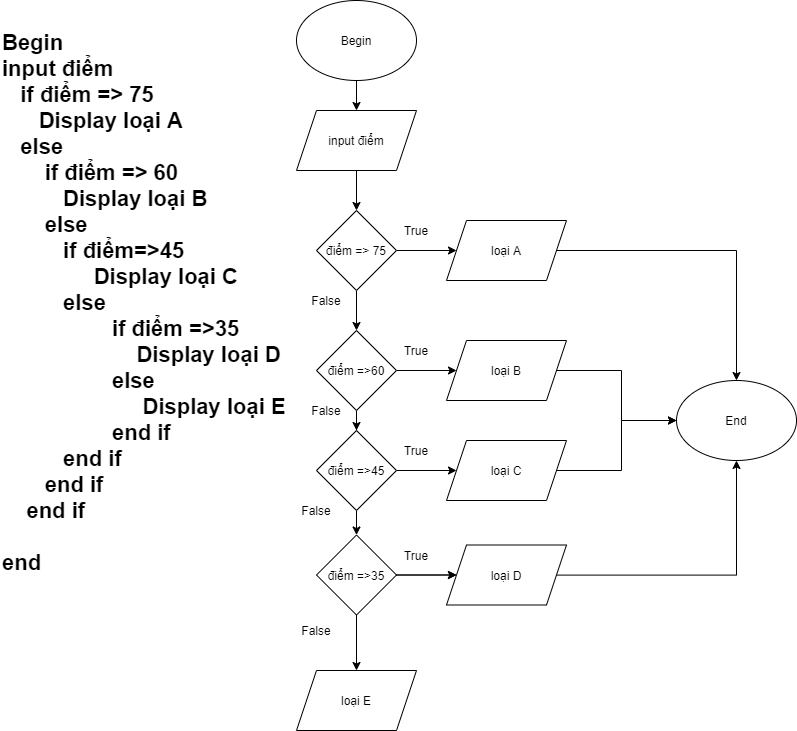
This is Module1/MoTaThuatToanBangPseudocodeFlowchart/Bai_tap/Mo_ta_thuat_toan_co_cau_truc_đieu_kien/Mo_ta_thuat_toan_co_cau_truc_đieu_kien.png from kenhuynh10990/C1020G1-HuynhNgocThinh, a draw.io export, as it was before one commit. Source tidied: cells renumbered, new cells last; positions are measured from the earlier drawing's top-left corner, leaving out a move shared by most shapes.
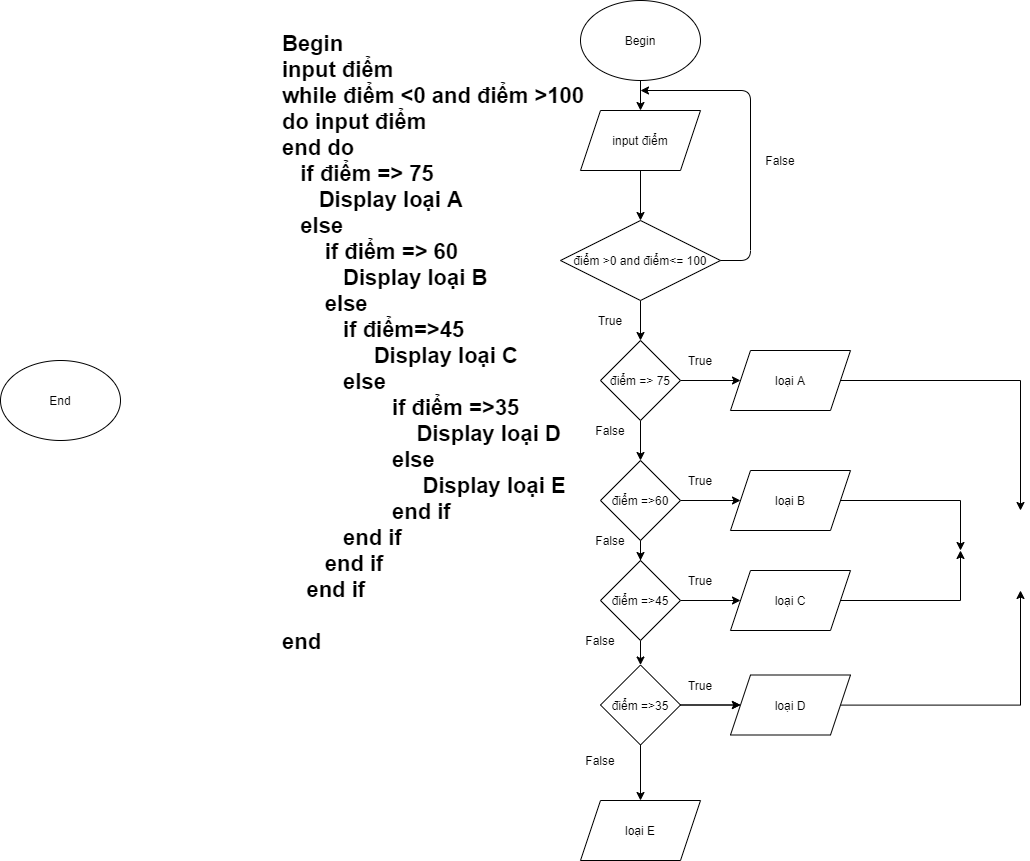
Later version of the same file.

Commit message:
Mo_ta_thuat_toan_co_cau_truc_đieu_kien

What changed in the source:
```diff
@@ -6,16 +6,16 @@
       <mxGeometry relative="1" as="geometry" />
     </mxCell>
     <mxCell id="3" value="Begin" style="ellipse;whiteSpace=wrap;html=1;" parent="1" vertex="1">
-      <mxGeometry x="296" width="120" height="80" as="geometry" />
+      <mxGeometry x="296" y="-130" width="120" height="80" as="geometry" />
     </mxCell>
-    <mxCell id="4" style="edgeStyle=orthogonalEdgeStyle;rounded=0;jettySize=auto;html=1;" parent="1" edge="1" source="5" target="9">
-      <mxGeometry relative="1" as="geometry" />
-    </mxCell>
+    <mxCell id="38" style="edgeStyle=orthogonalEdgeStyle;rounded=0;jettySize=auto;html=1;" parent="1" edge="1" source="5" target="40">
+      <mxGeometry relative="1" as="geometry" />
+    </mxCell>
     <mxCell id="5" value="input điểm" style="shape=parallelogram;perimeter=parallelogramPerimeter;whiteSpace=wrap;html=1;fixedSize=1;" parent="1" vertex="1">
-      <mxGeometry x="296" y="110" width="120" height="60" as="geometry" />
+      <mxGeometry x="296" y="-20" width="120" height="60" as="geometry" />
     </mxCell>
-    <mxCell id="6" value="&lt;div style=&quot;font-size: 22px&quot;&gt;&lt;div style=&quot;font-size: 22px&quot;&gt;Begin&lt;/div&gt;&lt;div style=&quot;font-size: 22px&quot;&gt;input điểm&lt;/div&gt;&lt;div style=&quot;font-size: 22px&quot;&gt;&lt;span&gt;&amp;nbsp; &amp;nbsp;if điểm =&amp;gt; 75&lt;/span&gt;&lt;/div&gt;&lt;div style=&quot;font-size: 22px&quot;&gt;&lt;span&gt;&amp;nbsp; &amp;nbsp; &amp;nbsp; Display loại A&lt;/span&gt;&lt;br&gt;&lt;/div&gt;&lt;div style=&quot;font-size: 22px&quot;&gt;&lt;span&gt;&amp;nbsp; &amp;nbsp;else&lt;/span&gt;&lt;/div&gt;&lt;div style=&quot;font-size: 22px&quot;&gt;&lt;span&gt;&amp;nbsp; &amp;nbsp; &amp;nbsp; &amp;nbsp;if điểm =&amp;gt; 60&lt;/span&gt;&lt;/div&gt;&lt;div style=&quot;font-size: 22px&quot;&gt;&lt;span&gt;&amp;nbsp; &amp;nbsp; &amp;nbsp; &amp;nbsp; &amp;nbsp; Display loại B&lt;/span&gt;&lt;/div&gt;&lt;div style=&quot;font-size: 22px&quot;&gt;&lt;span&gt;&amp;nbsp; &amp;nbsp; &amp;nbsp; &amp;nbsp;else&amp;nbsp;&lt;/span&gt;&lt;/div&gt;&lt;div style=&quot;font-size: 22px&quot;&gt;&lt;span&gt;&amp;nbsp; &amp;nbsp; &amp;nbsp; &amp;nbsp; &amp;nbsp; if điểm=&amp;gt;45&lt;/span&gt;&lt;/div&gt;&lt;div style=&quot;font-size: 22px&quot;&gt;&lt;span&gt;&amp;nbsp; &amp;nbsp; &amp;nbsp; &amp;nbsp; &amp;nbsp; &amp;nbsp; &amp;nbsp; &amp;nbsp;Display loại C&lt;/span&gt;&lt;/div&gt;&lt;div style=&quot;font-size: 22px&quot;&gt;&lt;span&gt;&amp;nbsp; &amp;nbsp; &amp;nbsp; &amp;nbsp; &amp;nbsp; else&lt;/span&gt;&lt;/div&gt;&lt;div style=&quot;font-size: 22px&quot;&gt;&lt;span&gt;&amp;nbsp; &amp;nbsp; &amp;nbsp; &amp;nbsp; &amp;nbsp; &amp;nbsp; &amp;nbsp; &amp;nbsp; &amp;nbsp; if điểm =&amp;gt;35&lt;/span&gt;&lt;/div&gt;&lt;div style=&quot;font-size: 22px&quot;&gt;&lt;span&gt;&amp;nbsp; &amp;nbsp; &amp;nbsp; &amp;nbsp; &amp;nbsp; &amp;nbsp; &amp;nbsp; &amp;nbsp; &amp;nbsp; &amp;nbsp; &amp;nbsp; Display loại D&lt;/span&gt;&lt;/div&gt;&lt;div style=&quot;font-size: 22px&quot;&gt;&lt;span&gt;&amp;nbsp; &amp;nbsp; &amp;nbsp; &amp;nbsp; &amp;nbsp; &amp;nbsp; &amp;nbsp; &amp;nbsp; &amp;nbsp; else&lt;/span&gt;&lt;/div&gt;&lt;div style=&quot;font-size: 22px&quot;&gt;&lt;span&gt;&amp;nbsp; &amp;nbsp; &amp;nbsp; &amp;nbsp; &amp;nbsp; &amp;nbsp; &amp;nbsp; &amp;nbsp; &amp;nbsp; &amp;nbsp; &amp;nbsp; &amp;nbsp;Display loại E&lt;/span&gt;&lt;/div&gt;&lt;div style=&quot;font-size: 22px&quot;&gt;&lt;span&gt;&amp;nbsp; &amp;nbsp; &amp;nbsp; &amp;nbsp; &amp;nbsp; &amp;nbsp; &amp;nbsp; &amp;nbsp; &amp;nbsp; end if&lt;/span&gt;&lt;/div&gt;&lt;div style=&quot;font-size: 22px&quot;&gt;&lt;span&gt;&amp;nbsp; &amp;nbsp; &amp;nbsp; &amp;nbsp; &amp;nbsp; end if&lt;/span&gt;&lt;/div&gt;&lt;div style=&quot;font-size: 22px&quot;&gt;&lt;span&gt;&amp;nbsp; &amp;nbsp; &amp;nbsp; &amp;nbsp;end if&lt;/span&gt;&lt;/div&gt;&lt;div style=&quot;font-size: 22px&quot;&gt;&lt;span&gt;&amp;nbsp; &amp;nbsp; end if&lt;/span&gt;&lt;/div&gt;&lt;div style=&quot;font-size: 22px&quot;&gt;&lt;span&gt;&amp;nbsp; &amp;nbsp;&lt;/span&gt;&lt;/div&gt;&lt;div style=&quot;font-size: 22px&quot;&gt;&lt;span&gt;end&lt;/span&gt;&lt;br&gt;&lt;/div&gt;&lt;div style=&quot;font-size: 22px&quot;&gt;&lt;br&gt;&lt;/div&gt;&lt;/div&gt;" style="text;html=1;strokeColor=none;fillColor=none;align=left;verticalAlign=middle;whiteSpace=wrap;rounded=0;fontStyle=1;fontSize=22;" parent="1" vertex="1">
-      <mxGeometry y="40" width="326" height="550" as="geometry" />
+    <mxCell id="6" value="&lt;div style=&quot;font-size: 22px&quot;&gt;&lt;div style=&quot;font-size: 22px&quot;&gt;Begin&lt;/div&gt;&lt;div style=&quot;font-size: 22px&quot;&gt;input điểm&lt;/div&gt;&lt;div style=&quot;font-size: 22px&quot;&gt;while điểm &amp;lt;0 and điểm &amp;gt;100&lt;/div&gt;&lt;div style=&quot;font-size: 22px&quot;&gt;do input điểm&lt;/div&gt;&lt;div style=&quot;font-size: 22px&quot;&gt;end do&lt;/div&gt;&lt;div style=&quot;font-size: 22px&quot;&gt;&lt;span&gt;&amp;nbsp; &amp;nbsp;if điểm =&amp;gt; 75&lt;/span&gt;&lt;/div&gt;&lt;div style=&quot;font-size: 22px&quot;&gt;&lt;span&gt;&amp;nbsp; &amp;nbsp; &amp;nbsp; Display loại A&lt;/span&gt;&lt;br&gt;&lt;/div&gt;&lt;div style=&quot;font-size: 22px&quot;&gt;&lt;span&gt;&amp;nbsp; &amp;nbsp;else&lt;/span&gt;&lt;/div&gt;&lt;div style=&quot;font-size: 22px&quot;&gt;&lt;span&gt;&amp;nbsp; &amp;nbsp; &amp;nbsp; &amp;nbsp;if điểm =&amp;gt; 60&lt;/span&gt;&lt;/div&gt;&lt;div style=&quot;font-size: 22px&quot;&gt;&lt;span&gt;&amp;nbsp; &amp;nbsp; &amp;nbsp; &amp;nbsp; &amp;nbsp; Display loại B&lt;/span&gt;&lt;/div&gt;&lt;div style=&quot;font-size: 22px&quot;&gt;&lt;span&gt;&amp;nbsp; &amp;nbsp; &amp;nbsp; &amp;nbsp;else&amp;nbsp;&lt;/span&gt;&lt;/div&gt;&lt;div style=&quot;font-size: 22px&quot;&gt;&lt;span&gt;&amp;nbsp; &amp;nbsp; &amp;nbsp; &amp;nbsp; &amp;nbsp; if điểm=&amp;gt;45&lt;/span&gt;&lt;/div&gt;&lt;div style=&quot;font-size: 22px&quot;&gt;&lt;span&gt;&amp;nbsp; &amp;nbsp; &amp;nbsp; &amp;nbsp; &amp;nbsp; &amp;nbsp; &amp;nbsp; &amp;nbsp;Display loại C&lt;/span&gt;&lt;/div&gt;&lt;div style=&quot;font-size: 22px&quot;&gt;&lt;span&gt;&amp;nbsp; &amp;nbsp; &amp;nbsp; &amp;nbsp; &amp;nbsp; else&lt;/span&gt;&lt;/div&gt;&lt;div style=&quot;font-size: 22px&quot;&gt;&lt;span&gt;&amp;nbsp; &amp;nbsp; &amp;nbsp; &amp;nbsp; &amp;nbsp; &amp;nbsp; &amp;nbsp; &amp;nbsp; &amp;nbsp; if điểm =&amp;gt;35&lt;/span&gt;&lt;/div&gt;&lt;div style=&quot;font-size: 22px&quot;&gt;&lt;span&gt;&amp;nbsp; &amp;nbsp; &amp;nbsp; &amp;nbsp; &amp;nbsp; &amp;nbsp; &amp;nbsp; &amp;nbsp; &amp;nbsp; &amp;nbsp; &amp;nbsp; Display loại D&lt;/span&gt;&lt;/div&gt;&lt;div style=&quot;font-size: 22px&quot;&gt;&lt;span&gt;&amp;nbsp; &amp;nbsp; &amp;nbsp; &amp;nbsp; &amp;nbsp; &amp;nbsp; &amp;nbsp; &amp;nbsp; &amp;nbsp; else&lt;/span&gt;&lt;/div&gt;&lt;div style=&quot;font-size: 22px&quot;&gt;&lt;span&gt;&amp;nbsp; &amp;nbsp; &amp;nbsp; &amp;nbsp; &amp;nbsp; &amp;nbsp; &amp;nbsp; &amp;nbsp; &amp;nbsp; &amp;nbsp; &amp;nbsp; &amp;nbsp;Display loại E&lt;/span&gt;&lt;/div&gt;&lt;div style=&quot;font-size: 22px&quot;&gt;&lt;span&gt;&amp;nbsp; &amp;nbsp; &amp;nbsp; &amp;nbsp; &amp;nbsp; &amp;nbsp; &amp;nbsp; &amp;nbsp; &amp;nbsp; end if&lt;/span&gt;&lt;/div&gt;&lt;div style=&quot;font-size: 22px&quot;&gt;&lt;span&gt;&amp;nbsp; &amp;nbsp; &amp;nbsp; &amp;nbsp; &amp;nbsp; end if&lt;/span&gt;&lt;/div&gt;&lt;div style=&quot;font-size: 22px&quot;&gt;&lt;span&gt;&amp;nbsp; &amp;nbsp; &amp;nbsp; &amp;nbsp;end if&lt;/span&gt;&lt;/div&gt;&lt;div style=&quot;font-size: 22px&quot;&gt;&lt;span&gt;&amp;nbsp; &amp;nbsp; end if&lt;/span&gt;&lt;/div&gt;&lt;div style=&quot;font-size: 22px&quot;&gt;&lt;span&gt;&amp;nbsp; &amp;nbsp;&lt;/span&gt;&lt;/div&gt;&lt;div style=&quot;font-size: 22px&quot;&gt;&lt;span&gt;end&lt;/span&gt;&lt;br&gt;&lt;/div&gt;&lt;div style=&quot;font-size: 22px&quot;&gt;&lt;br&gt;&lt;/div&gt;&lt;/div&gt;" style="text;html=1;strokeColor=none;fillColor=none;align=left;verticalAlign=middle;whiteSpace=wrap;rounded=0;fontStyle=1;fontSize=22;" parent="1" vertex="1">
+      <mxGeometry x="-4" y="-50" width="326" height="550" as="geometry" />
     </mxCell>
     <mxCell id="7" style="edgeStyle=orthogonalEdgeStyle;rounded=0;jettySize=auto;html=1;" parent="1" edge="1" source="9" target="11">
       <mxGeometry relative="1" as="geometry" />
@@ -26,8 +26,10 @@
     <mxCell id="9" value="điểm =&amp;gt; 75" style="rhombus;whiteSpace=wrap;html=1;" parent="1" vertex="1">
       <mxGeometry x="316" y="210" width="80" height="80" as="geometry" />
     </mxCell>
-    <mxCell id="10" style="edgeStyle=orthogonalEdgeStyle;rounded=0;jettySize=auto;html=1;" parent="1" edge="1" source="11" target="37">
-      <mxGeometry relative="1" as="geometry" />
+    <mxCell id="10" style="edgeStyle=orthogonalEdgeStyle;rounded=0;jettySize=auto;html=1;" parent="1" edge="1" source="11">
+      <mxGeometry relative="1" as="geometry">
+        <mxPoint x="736" y="380" as="targetPoint" />
+      </mxGeometry>
     </mxCell>
     <mxCell id="11" value="loại A" style="shape=parallelogram;perimeter=parallelogramPerimeter;whiteSpace=wrap;html=1;fixedSize=1;" parent="1" vertex="1">
       <mxGeometry x="446" y="220" width="120" height="60" as="geometry" />
@@ -41,8 +43,10 @@
     <mxCell id="14" value="điểm =&amp;gt;60" style="rhombus;whiteSpace=wrap;html=1;" parent="1" vertex="1">
       <mxGeometry x="316" y="330" width="80" height="80" as="geometry" />
     </mxCell>
-    <mxCell id="15" style="edgeStyle=orthogonalEdgeStyle;rounded=0;jettySize=auto;html=1;" parent="1" edge="1" source="16" target="37">
-      <mxGeometry relative="1" as="geometry" />
+    <mxCell id="15" style="edgeStyle=orthogonalEdgeStyle;rounded=0;jettySize=auto;html=1;" parent="1" edge="1" source="16">
+      <mxGeometry relative="1" as="geometry">
+        <mxPoint x="676" y="420" as="targetPoint" />
+      </mxGeometry>
     </mxCell>
     <mxCell id="16" value="loại B" style="shape=parallelogram;perimeter=parallelogramPerimeter;whiteSpace=wrap;html=1;fixedSize=1;" parent="1" vertex="1">
       <mxGeometry x="446" y="340" width="120" height="60" as="geometry" />
@@ -56,8 +60,10 @@
     <mxCell id="19" value="điểm =&amp;gt;45" style="rhombus;whiteSpace=wrap;html=1;" parent="1" vertex="1">
       <mxGeometry x="316" y="430" width="80" height="80" as="geometry" />
     </mxCell>
-    <mxCell id="20" style="edgeStyle=orthogonalEdgeStyle;rounded=0;jettySize=auto;html=1;" parent="1" edge="1" source="21" target="37">
-      <mxGeometry relative="1" as="geometry" />
+    <mxCell id="20" style="edgeStyle=orthogonalEdgeStyle;rounded=0;jettySize=auto;html=1;" parent="1" edge="1" source="21">
+      <mxGeometry relative="1" as="geometry">
+        <mxPoint x="676" y="420" as="targetPoint" />
+      </mxGeometry>
     </mxCell>
     <mxCell id="21" value="loại C" style="shape=parallelogram;perimeter=parallelogramPerimeter;whiteSpace=wrap;html=1;fixedSize=1;" parent="1" vertex="1">
       <mxGeometry x="446" y="440" width="120" height="60" as="geometry" />
@@ -74,8 +80,10 @@
     <mxCell id="25" value="loại E" style="shape=parallelogram;perimeter=parallelogramPerimeter;whiteSpace=wrap;html=1;fixedSize=1;" parent="1" vertex="1">
       <mxGeometry x="296" y="670" width="120" height="60" as="geometry" />
     </mxCell>
-    <mxCell id="26" style="edgeStyle=orthogonalEdgeStyle;rounded=0;jettySize=auto;html=1;" parent="1" edge="1" source="27" target="37">
-      <mxGeometry relative="1" as="geometry" />
+    <mxCell id="26" style="edgeStyle=orthogonalEdgeStyle;rounded=0;jettySize=auto;html=1;" parent="1" edge="1" source="27">
+      <mxGeometry relative="1" as="geometry">
+        <mxPoint x="736" y="460" as="targetPoint" />
+      </mxGeometry>
     </mxCell>
     <mxCell id="27" value="loại D" style="shape=parallelogram;perimeter=parallelogramPerimeter;whiteSpace=wrap;html=1;fixedSize=1;" parent="1" vertex="1">
       <mxGeometry x="446" y="544.5" width="120" height="60" as="geometry" />
@@ -108,7 +116,28 @@
       <mxGeometry x="396" y="544.5" width="40" height="20" as="geometry" />
     </mxCell>
     <mxCell id="37" value="End" style="ellipse;whiteSpace=wrap;html=1;" parent="1" vertex="1">
-      <mxGeometry x="676" y="380" width="120" height="80" as="geometry" />
+      <mxGeometry x="-284" y="230" width="120" height="80" as="geometry" />
     </mxCell>
+    <mxCell id="39" style="edgeStyle=orthogonalEdgeStyle;rounded=0;jettySize=auto;html=1;entryX=0.5;entryY=0;entryDx=0;entryDy=0;" parent="1" edge="1" source="40" target="9">
+      <mxGeometry relative="1" as="geometry" />
+    </mxCell>
+    <mxCell id="40" value="điểm &amp;gt;0 and điểm&amp;lt;= 100" style="rhombus;whiteSpace=wrap;html=1;" parent="1" vertex="1">
+      <mxGeometry x="276" y="90" width="160" height="80" as="geometry" />
+    </mxCell>
+    <mxCell id="41" value="True" style="text;html=1;strokeColor=none;fillColor=none;align=center;verticalAlign=middle;whiteSpace=wrap;rounded=0;" parent="1" vertex="1">
+      <mxGeometry x="306" y="180" width="40" height="20" as="geometry" />
+    </mxCell>
+    <mxCell id="42" style="endArrow=classic;html=1;exitX=1;exitY=0.5;exitDx=0;exitDy=0;" parent="1" edge="1" source="40">
+      <mxGeometry relative="1" as="geometry">
+        <mxPoint x="356" y="-40" as="targetPoint" />
+        <Array as="points">
+          <mxPoint x="466" y="130" />
+          <mxPoint x="466" y="-40" />
+        </Array>
+      </mxGeometry>
+    </mxCell>
+    <mxCell id="43" value="False" style="text;html=1;strokeColor=none;fillColor=none;align=center;verticalAlign=middle;whiteSpace=wrap;rounded=0;" parent="1" vertex="1">
+      <mxGeometry x="476" y="20" width="40" height="20" as="geometry" />
+    </mxCell>
   </root>
 </mxGraphModel>
```
